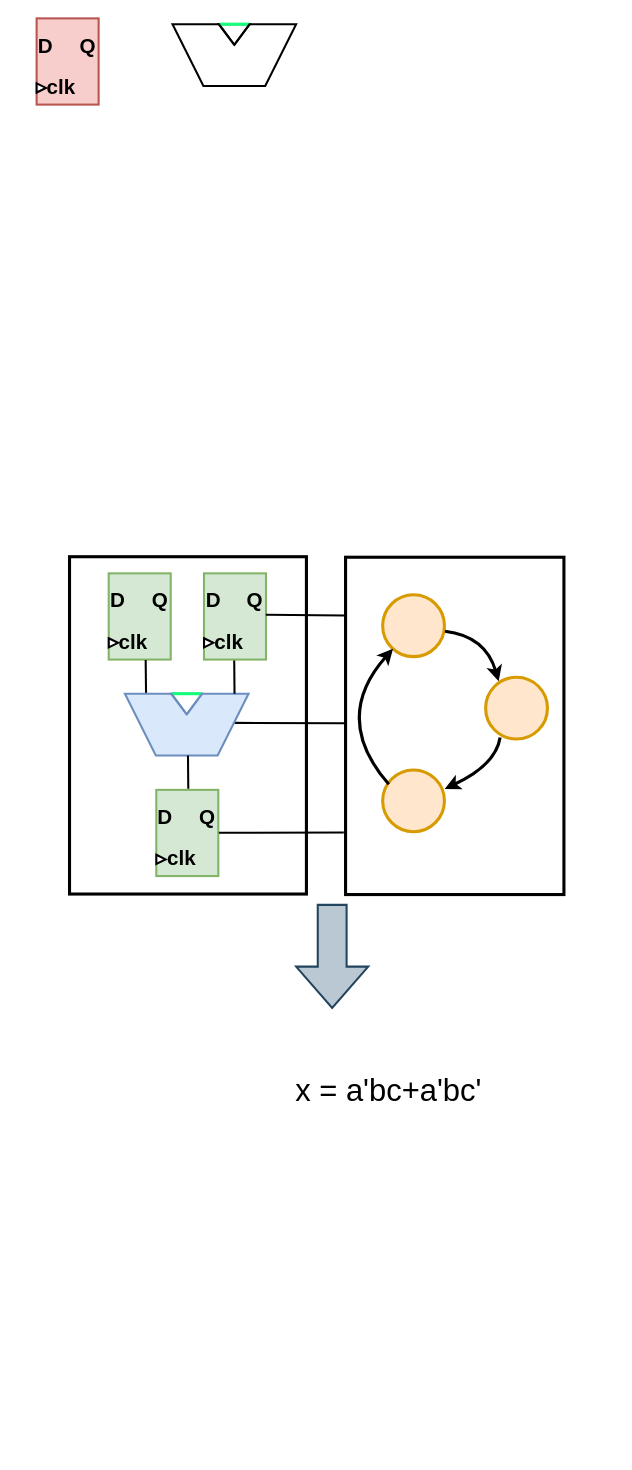
kxzhu0505/LogicSynOpt keeps this draw.io diagram as logicsynthesis.drawio. Above is the earlier version. Source tidied: cells renumbered, new cells numbered last; positions are measured from the earlier drawing's top-left corner, leaving out a move shared by most shapes. Both pictures are drawn from the tidied source at 103%, with x=0, y=0 at pixel (18, 19).
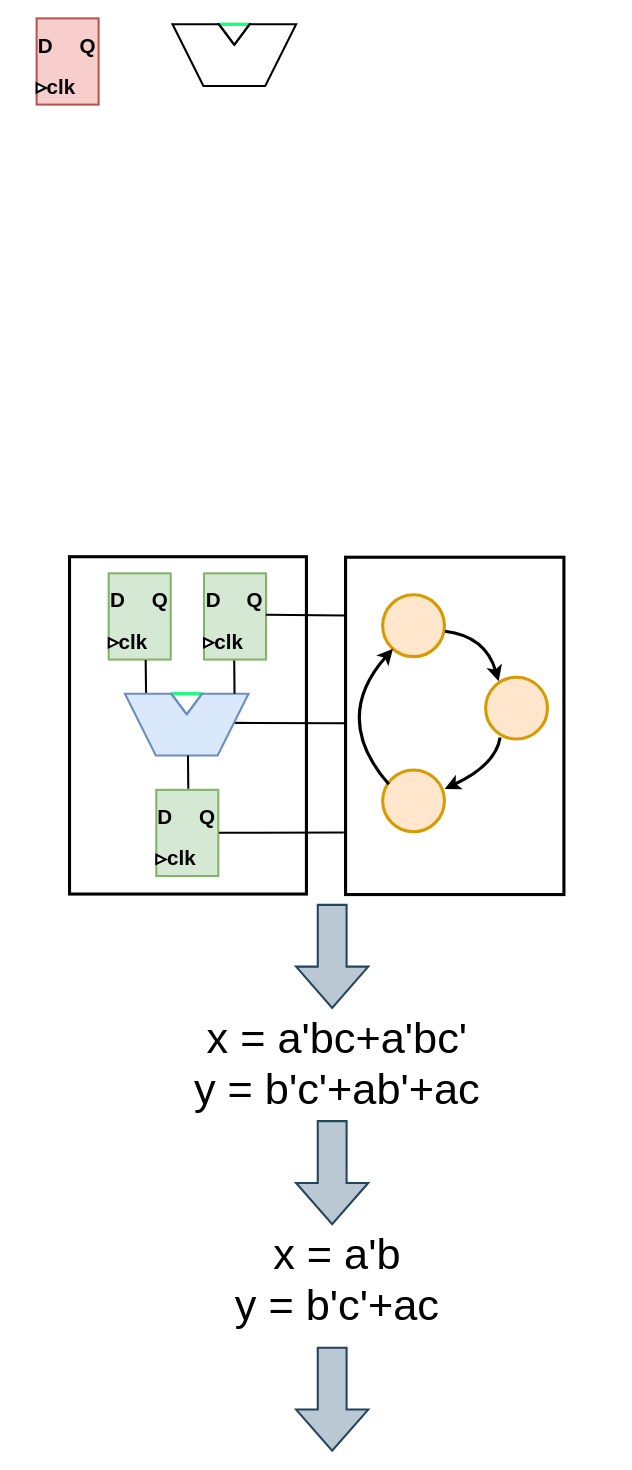
After the change.

The edit, as a diff of the source:
```diff
@@
-    <mxCell id="51" value="&lt;font style=&quot;font-size: 30px;&quot;&gt;x = a'bc+a'bc'&lt;/font&gt;" style="text;html=1;align=center;verticalAlign=middle;whiteSpace=wrap;rounded=0;fontFamily=Helvetica;" parent="1" vertex="1">
-      <mxGeometry x="140" y="1000" width="440" height="80" as="geometry" />
+    <mxCell id="51" value="&lt;font style=&quot;font-size: 42px;&quot;&gt;x = a'bc+a'bc'&lt;/font&gt;" style="text;html=1;align=center;verticalAlign=middle;whiteSpace=wrap;rounded=0;fontFamily=Helvetica;" parent="1" vertex="1">
+      <mxGeometry x="90" y="960" width="440" height="60" as="geometry" />
     </mxCell>
+    <mxCell id="52" value="&lt;font style=&quot;font-size: 42px;&quot;&gt;y = b'c'+ab'+ac&lt;/font&gt;" style="text;html=1;align=center;verticalAlign=middle;whiteSpace=wrap;rounded=0;fontFamily=Helvetica;" parent="1" vertex="1">
+      <mxGeometry x="90" y="1010" width="440" height="60" as="geometry" />
+    </mxCell>
+    <mxCell id="53" style="html=1;shadow=0;dashed=0;align=center;verticalAlign=middle;shape=mxgraph.arrows2.arrow;dy=0.6;dx=40;direction=south;notch=0;fillColor=#bac8d3;strokeColor=#23445d;strokeWidth=2;fontFamily=Helvetica;" parent="1" vertex="1">
+      <mxGeometry x="270" y="1070" width="70" height="100" as="geometry" />
+    </mxCell>
+    <mxCell id="54" value="&lt;font style=&quot;font-size: 42px;&quot;&gt;x = a'b&lt;/font&gt;" style="text;html=1;align=center;verticalAlign=middle;whiteSpace=wrap;rounded=0;fontFamily=Helvetica;" parent="1" vertex="1">
+      <mxGeometry x="90" y="1170" width="440" height="60" as="geometry" />
+    </mxCell>
+    <mxCell id="55" value="&lt;font style=&quot;font-size: 42px;&quot;&gt;y = b'c'+ac&lt;/font&gt;" style="text;html=1;align=center;verticalAlign=middle;whiteSpace=wrap;rounded=0;fontFamily=Helvetica;" parent="1" vertex="1">
+      <mxGeometry x="90" y="1220" width="440" height="60" as="geometry" />
+    </mxCell>
+    <mxCell id="56" style="html=1;shadow=0;dashed=0;align=center;verticalAlign=middle;shape=mxgraph.arrows2.arrow;dy=0.6;dx=40;direction=south;notch=0;fillColor=#bac8d3;strokeColor=#23445d;strokeWidth=2;fontFamily=Helvetica;" parent="1" vertex="1">
+      <mxGeometry x="270" y="1290" width="70" height="100" as="geometry" />
+    </mxCell>
```
